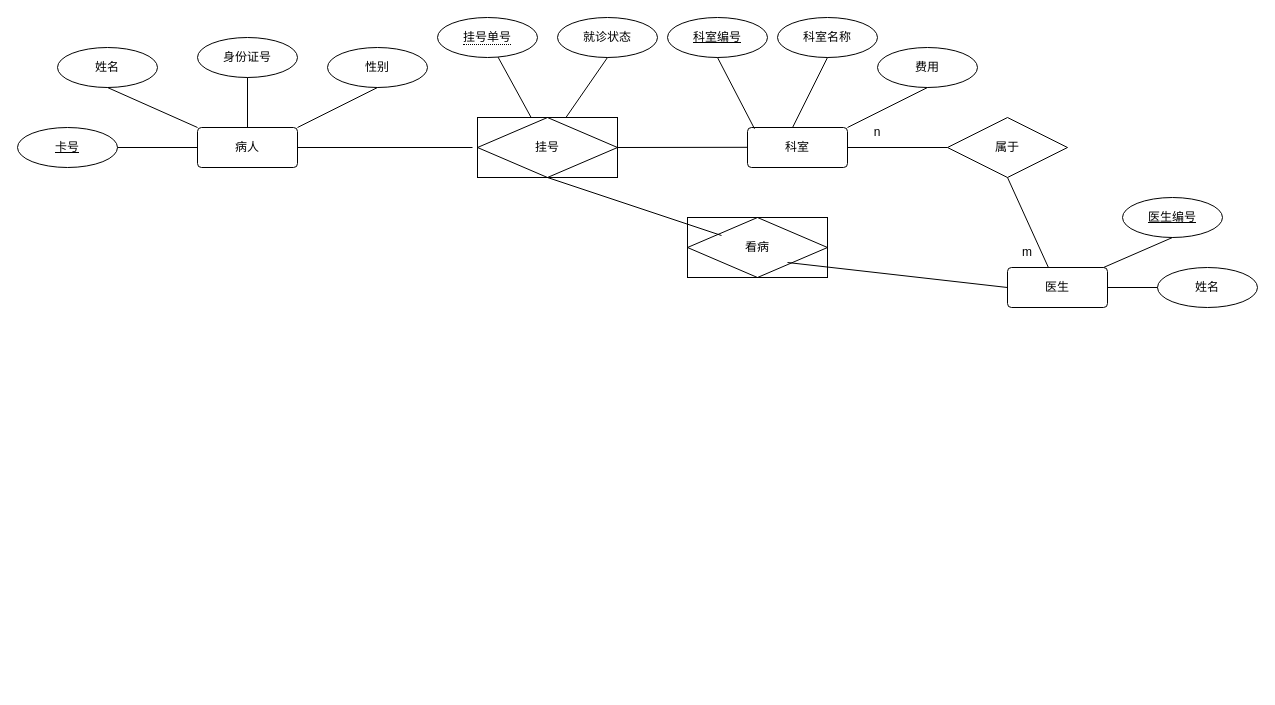
MyUniverse0726/Diagram keeps this draw.io diagram as Hospital.drawio. Above is the earlier version. Source tidied: cells renumbered, new cells numbered last; positions are measured from the earlier drawing's top-left corner, leaving out a move shared by most shapes. Both pictures are drawn from the tidied source at 100%, with x=0, y=0 at pixel (17, 17).
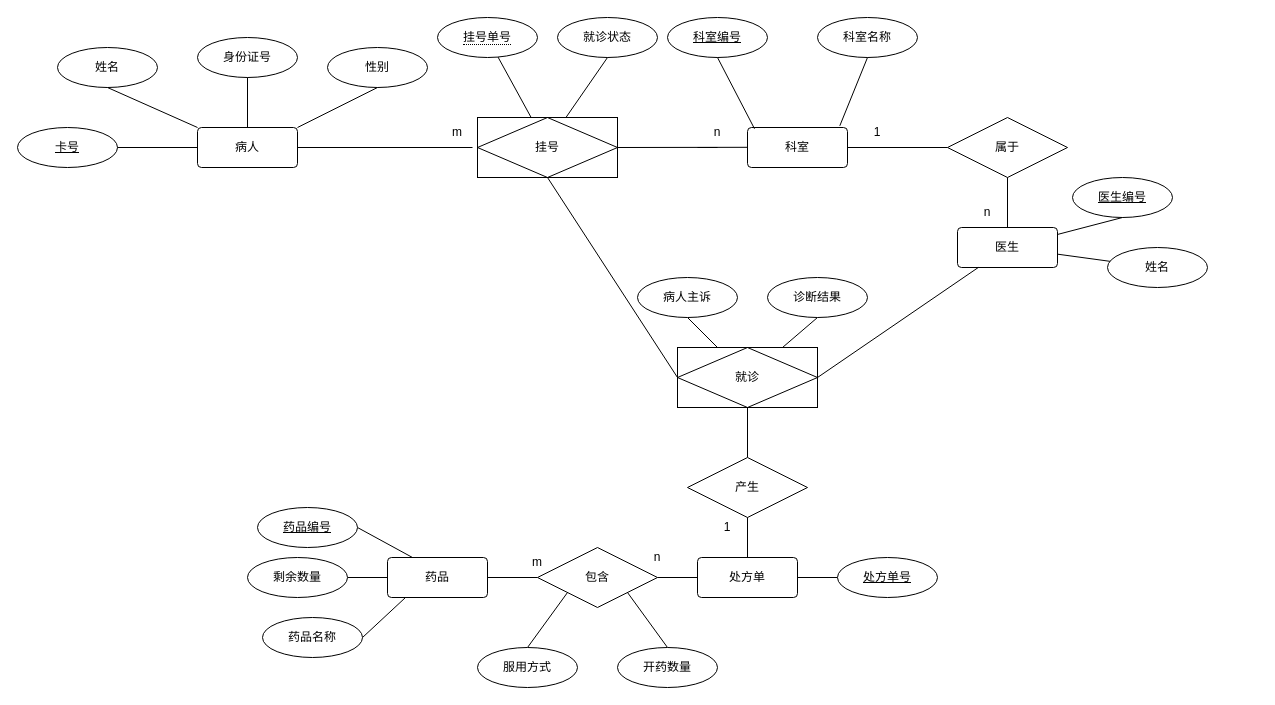
Above is the later version.

The change refers to these unchanged cells:
```xml
<mxCell id="5" value="科室" style="rounded=1;arcSize=10;whiteSpace=wrap;html=1;align=center;" parent="1" vertex="1">
  <mxGeometry x="730" y="110" width="100" height="40" as="geometry" />
</mxCell>
<mxCell id="25" value="属于" style="shape=rhombus;perimeter=rhombusPerimeter;whiteSpace=wrap;html=1;align=center;dashed=0;labelBackgroundColor=#ffffff;strokeWidth=1;fillColor=none;" parent="1" vertex="1">
  <mxGeometry x="930" y="100" width="120" height="60" as="geometry" />
</mxCell>
<mxCell id="31" value="挂号" style="shape=associativeEntity;whiteSpace=wrap;html=1;align=center;dashed=0;labelBackgroundColor=#ffffff;strokeWidth=1;fillColor=none;" parent="1" vertex="1">
  <mxGeometry x="460" y="100" width="140" height="60" as="geometry" />
</mxCell>
```

The edit, as a diff of the source:
```diff
@@
-    <mxCell id="16" style="edgeStyle=none;rounded=0;jettySize=auto;html=1;exitX=0.5;exitY=1;exitDx=0;exitDy=0;entryX=0.453;entryY=-0.011;entryDx=0;entryDy=0;entryPerimeter=0;endArrow=none;" parent="1" edge="1" source="17" target="5">
+    <mxCell id="16" style="edgeStyle=none;rounded=0;jettySize=auto;html=1;exitX=0.5;exitY=1;exitDx=0;exitDy=0;entryX=0.923;entryY=-0.042;entryDx=0;entryDy=0;endArrow=none;entryPerimeter=0;" parent="1" edge="1" source="17" target="5">
       <mxGeometry relative="1" as="geometry" />
     </mxCell>
     <mxCell id="17" value="科室名称" style="ellipse;whiteSpace=wrap;html=1;align=center;dashed=0;labelBackgroundColor=#ffffff;strokeWidth=1;fillColor=none;" parent="1" vertex="1">
-      <mxGeometry x="760" width="100" height="40" as="geometry" />
+      <mxGeometry x="800" width="100" height="40" as="geometry" />
     </mxCell>
     <mxCell id="18" value="医生" style="rounded=1;arcSize=10;whiteSpace=wrap;html=1;align=center;dashed=0;labelBackgroundColor=#ffffff;strokeWidth=1;fillColor=none;" parent="1" vertex="1">
-      <mxGeometry x="990" y="250" width="100" height="40" as="geometry" />
+      <mxGeometry x="940" y="210" width="100" height="40" as="geometry" />
     </mxCell>
@@
     <mxCell id="20" value="医生编号" style="ellipse;whiteSpace=wrap;html=1;align=center;fontStyle=4;dashed=0;labelBackgroundColor=#ffffff;strokeWidth=1;fillColor=none;" parent="1" vertex="1">
-      <mxGeometry x="1105" y="180" width="100" height="40" as="geometry" />
+      <mxGeometry x="1055" y="160" width="100" height="40" as="geometry" />
     </mxCell>
@@
     <mxCell id="22" value="姓名" style="ellipse;whiteSpace=wrap;html=1;align=center;dashed=0;labelBackgroundColor=#ffffff;strokeWidth=1;fillColor=none;" parent="1" vertex="1">
-      <mxGeometry x="1140" y="250" width="100" height="40" as="geometry" />
+      <mxGeometry x="1090" y="230" width="100" height="40" as="geometry" />
     </mxCell>
@@
-    <mxCell id="24" style="edgeStyle=none;rounded=0;jettySize=auto;html=1;endArrow=none;exitX=0.5;exitY=1;exitDx=0;exitDy=0;" parent="1" edge="1" source="25" target="18">
+    <mxCell id="24" style="edgeStyle=none;rounded=0;jettySize=auto;html=1;exitX=0.5;exitY=1;exitDx=0;exitDy=0;endArrow=none;" parent="1" edge="1" source="25" target="18">
       <mxGeometry relative="1" as="geometry" />
     </mxCell>
@@
-    <mxCell id="26" value="n" style="text;html=1;strokeColor=none;fillColor=none;align=center;verticalAlign=middle;whiteSpace=wrap;rounded=0;dashed=0;labelBackgroundColor=#ffffff;" parent="1" vertex="1">
+    <mxCell id="26" value="1" style="text;html=1;strokeColor=none;fillColor=none;align=center;verticalAlign=middle;whiteSpace=wrap;rounded=0;dashed=0;labelBackgroundColor=#ffffff;" parent="1" vertex="1">
       <mxGeometry x="830" y="100" width="60" height="30" as="geometry" />
     </mxCell>
-    <mxCell id="27" value="m" style="text;html=1;strokeColor=none;fillColor=none;align=center;verticalAlign=middle;whiteSpace=wrap;rounded=0;dashed=0;labelBackgroundColor=#ffffff;" parent="1" vertex="1">
-      <mxGeometry x="980" y="220" width="60" height="30" as="geometry" />
+    <mxCell id="27" value="n" style="text;html=1;strokeColor=none;fillColor=none;align=center;verticalAlign=middle;whiteSpace=wrap;rounded=0;dashed=0;labelBackgroundColor=#ffffff;" parent="1" vertex="1">
+      <mxGeometry x="940" y="180" width="60" height="30" as="geometry" />
     </mxCell>
@@
-    <mxCell id="30" style="edgeStyle=none;rounded=0;jettySize=auto;html=1;exitX=0.5;exitY=1;exitDx=0;exitDy=0;endArrow=none;" parent="1" edge="1" source="31">
-      <mxGeometry relative="1" as="geometry">
-        <mxPoint x="704" y="218" as="targetPoint" />
-      </mxGeometry>
-    </mxCell>
@@
-    <mxCell id="34" style="edgeStyle=none;rounded=0;jettySize=auto;html=1;exitX=0.5;exitY=1;exitDx=0;exitDy=0;entryX=1;entryY=0;entryDx=0;entryDy=0;endArrow=none;" parent="1" edge="1" source="35" target="5">
-      <mxGeometry relative="1" as="geometry" />
-    </mxCell>
-    <mxCell id="35" value="费用" style="ellipse;whiteSpace=wrap;html=1;align=center;dashed=0;labelBackgroundColor=#ffffff;strokeWidth=1;fillColor=none;" parent="1" vertex="1">
-      <mxGeometry x="860" y="30" width="100" height="40" as="geometry" />
-    </mxCell>
-    <mxCell id="36" style="edgeStyle=none;rounded=0;jettySize=auto;html=1;exitX=1;exitY=1;exitDx=0;exitDy=0;entryX=0;entryY=0.5;entryDx=0;entryDy=0;endArrow=none;" parent="1" edge="1" target="18">
-      <mxGeometry relative="1" as="geometry">
-        <mxPoint x="770" y="245" as="sourcePoint" />
-      </mxGeometry>
-    </mxCell>
+    <mxCell id="38" style="edgeStyle=none;rounded=0;jettySize=auto;html=1;exitX=1;exitY=0.5;exitDx=0;exitDy=0;endArrow=none;" parent="1" edge="1" source="37" target="18">
+      <mxGeometry relative="1" as="geometry" />
+    </mxCell>
+    <mxCell id="39" style="edgeStyle=none;rounded=0;jettySize=auto;html=1;exitX=0;exitY=0.5;exitDx=0;exitDy=0;endArrow=none;entryX=0.5;entryY=1;entryDx=0;entryDy=0;" parent="1" edge="1" source="37" target="31">
+      <mxGeometry relative="1" as="geometry" />
+    </mxCell>
-    <mxCell id="37" value="看病" style="shape=associativeEntity;whiteSpace=wrap;html=1;align=center;dashed=0;labelBackgroundColor=#ffffff;strokeWidth=1;fillColor=none;" parent="1" vertex="1">
-      <mxGeometry x="670" y="200" width="140" height="60" as="geometry" />
+    <mxCell id="37" value="就诊" style="shape=associativeEntity;whiteSpace=wrap;html=1;align=center;dashed=0;labelBackgroundColor=#ffffff;strokeWidth=1;fillColor=none;" parent="1" vertex="1">
+      <mxGeometry x="660" y="330" width="140" height="60" as="geometry" />
     </mxCell>
+    <mxCell id="40" style="edgeStyle=none;rounded=0;jettySize=auto;html=1;endArrow=none;" parent="1" edge="1" target="37">
+      <mxGeometry relative="1" as="geometry">
+        <mxPoint x="730" y="440" as="sourcePoint" />
+      </mxGeometry>
+    </mxCell>
+    <mxCell id="41" value="产生" style="shape=rhombus;perimeter=rhombusPerimeter;whiteSpace=wrap;html=1;align=center;" parent="1" vertex="1">
+      <mxGeometry x="670" y="440" width="120" height="60" as="geometry" />
+    </mxCell>
+    <mxCell id="42" style="edgeStyle=none;rounded=0;jettySize=auto;html=1;endArrow=none;" parent="1" edge="1" source="44" target="41">
+      <mxGeometry relative="1" as="geometry" />
+    </mxCell>
+    <mxCell id="43" style="edgeStyle=none;rounded=0;jettySize=auto;html=1;endArrow=none;" parent="1" edge="1" source="44" target="53">
+      <mxGeometry relative="1" as="geometry" />
+    </mxCell>
+    <mxCell id="44" value="处方单" style="rounded=1;arcSize=10;whiteSpace=wrap;html=1;align=center;" parent="1" vertex="1">
+      <mxGeometry x="680" y="540" width="100" height="40" as="geometry" />
+    </mxCell>
+    <mxCell id="45" style="edgeStyle=none;rounded=0;jettySize=auto;html=1;endArrow=none;" parent="1" edge="1" source="46" target="44">
+      <mxGeometry relative="1" as="geometry" />
+    </mxCell>
+    <mxCell id="46" value="处方单号" style="ellipse;whiteSpace=wrap;html=1;align=center;fontStyle=4;" parent="1" vertex="1">
+      <mxGeometry x="820" y="540" width="100" height="40" as="geometry" />
+    </mxCell>
+    <mxCell id="47" style="edgeStyle=none;rounded=0;jettySize=auto;html=1;exitX=0.5;exitY=1;exitDx=0;exitDy=0;endArrow=none;" parent="1" edge="1" source="48" target="37">
+      <mxGeometry relative="1" as="geometry" />
+    </mxCell>
+    <mxCell id="48" value="诊断结果" style="ellipse;whiteSpace=wrap;html=1;align=center;" parent="1" vertex="1">
+      <mxGeometry x="750" y="260" width="100" height="40" as="geometry" />
+    </mxCell>
+    <mxCell id="49" style="edgeStyle=none;rounded=0;jettySize=auto;html=1;exitX=0.5;exitY=1;exitDx=0;exitDy=0;endArrow=none;" parent="1" edge="1" source="50" target="37">
+      <mxGeometry relative="1" as="geometry" />
+    </mxCell>
+    <mxCell id="50" value="病人主诉" style="ellipse;whiteSpace=wrap;html=1;align=center;" parent="1" vertex="1">
+      <mxGeometry x="620" y="260" width="100" height="40" as="geometry" />
+    </mxCell>
+    <mxCell id="51" style="edgeStyle=none;rounded=0;jettySize=auto;html=1;endArrow=none;" parent="1" edge="1" source="52" target="53">
+      <mxGeometry relative="1" as="geometry" />
+    </mxCell>
+    <mxCell id="52" value="药品" style="rounded=1;arcSize=10;whiteSpace=wrap;html=1;align=center;" parent="1" vertex="1">
+      <mxGeometry x="370" y="540" width="100" height="40" as="geometry" />
+    </mxCell>
+    <mxCell id="53" value="包含" style="shape=rhombus;perimeter=rhombusPerimeter;whiteSpace=wrap;html=1;align=center;" parent="1" vertex="1">
+      <mxGeometry x="520" y="530" width="120" height="60" as="geometry" />
+    </mxCell>
+    <mxCell id="54" style="edgeStyle=none;rounded=0;jettySize=auto;html=1;exitX=1;exitY=0.5;exitDx=0;exitDy=0;entryX=0.25;entryY=0;entryDx=0;entryDy=0;endArrow=none;" parent="1" edge="1" source="55" target="52">
+      <mxGeometry relative="1" as="geometry" />
+    </mxCell>
+    <mxCell id="55" value="药品编号" style="ellipse;whiteSpace=wrap;html=1;align=center;fontStyle=4;" parent="1" vertex="1">
+      <mxGeometry x="240" y="490" width="100" height="40" as="geometry" />
+    </mxCell>
+    <mxCell id="56" style="edgeStyle=none;rounded=0;jettySize=auto;html=1;exitX=1;exitY=0.5;exitDx=0;exitDy=0;entryX=0;entryY=0.5;entryDx=0;entryDy=0;endArrow=none;" parent="1" edge="1" source="57" target="52">
+      <mxGeometry relative="1" as="geometry" />
+    </mxCell>
+    <mxCell id="57" value="剩余数量" style="ellipse;whiteSpace=wrap;html=1;align=center;" parent="1" vertex="1">
+      <mxGeometry x="230" y="540" width="100" height="40" as="geometry" />
+    </mxCell>
+    <mxCell id="58" style="edgeStyle=none;rounded=0;jettySize=auto;html=1;exitX=0.5;exitY=0;exitDx=0;exitDy=0;entryX=0;entryY=1;entryDx=0;entryDy=0;endArrow=none;" parent="1" edge="1" source="59" target="53">
+      <mxGeometry relative="1" as="geometry" />
+    </mxCell>
+    <mxCell id="59" value="服用方式" style="ellipse;whiteSpace=wrap;html=1;align=center;" parent="1" vertex="1">
+      <mxGeometry x="460" y="630" width="100" height="40" as="geometry" />
+    </mxCell>
+    <mxCell id="60" style="edgeStyle=none;rounded=0;jettySize=auto;html=1;exitX=0.5;exitY=0;exitDx=0;exitDy=0;entryX=1;entryY=1;entryDx=0;entryDy=0;endArrow=none;" parent="1" edge="1" source="61" target="53">
+      <mxGeometry relative="1" as="geometry" />
+    </mxCell>
+    <mxCell id="61" value="开药数量" style="ellipse;whiteSpace=wrap;html=1;align=center;" parent="1" vertex="1">
+      <mxGeometry x="600" y="630" width="100" height="40" as="geometry" />
+    </mxCell>
+    <mxCell id="62" value="m" style="text;html=1;strokeColor=none;fillColor=none;align=center;verticalAlign=middle;whiteSpace=wrap;rounded=0;dashed=0;labelBackgroundColor=#ffffff;" parent="1" vertex="1">
+      <mxGeometry x="410" y="100" width="60" height="30" as="geometry" />
+    </mxCell>
+    <mxCell id="63" style="edgeStyle=none;rounded=0;jettySize=auto;html=1;exitX=0.5;exitY=1;exitDx=0;exitDy=0;endArrow=none;" parent="1" edge="1" source="64">
+      <mxGeometry relative="1" as="geometry">
+        <mxPoint x="680" y="130" as="targetPoint" />
+      </mxGeometry>
+    </mxCell>
+    <mxCell id="64" value="n" style="text;html=1;strokeColor=none;fillColor=none;align=center;verticalAlign=middle;whiteSpace=wrap;rounded=0;dashed=0;labelBackgroundColor=#ffffff;" parent="1" vertex="1">
+      <mxGeometry x="670" y="100" width="60" height="30" as="geometry" />
+    </mxCell>
+    <mxCell id="65" value="1" style="text;html=1;strokeColor=none;fillColor=none;align=center;verticalAlign=middle;whiteSpace=wrap;rounded=0;dashed=0;labelBackgroundColor=#ffffff;" parent="1" vertex="1">
+      <mxGeometry x="680" y="495" width="60" height="30" as="geometry" />
+    </mxCell>
+    <mxCell id="66" value="m" style="text;html=1;strokeColor=none;fillColor=none;align=center;verticalAlign=middle;whiteSpace=wrap;rounded=0;dashed=0;labelBackgroundColor=#ffffff;" parent="1" vertex="1">
+      <mxGeometry x="490" y="530" width="60" height="30" as="geometry" />
+    </mxCell>
+    <mxCell id="67" value="n" style="text;html=1;strokeColor=none;fillColor=none;align=center;verticalAlign=middle;whiteSpace=wrap;rounded=0;dashed=0;labelBackgroundColor=#ffffff;" parent="1" vertex="1">
+      <mxGeometry x="610" y="525" width="60" height="30" as="geometry" />
+    </mxCell>
+    <mxCell id="68" style="edgeStyle=none;rounded=0;jettySize=auto;html=1;exitX=1;exitY=0.5;exitDx=0;exitDy=0;endArrow=none;" parent="1" edge="1" source="69">
+      <mxGeometry relative="1" as="geometry">
+        <mxPoint x="388" y="580" as="targetPoint" />
+      </mxGeometry>
+    </mxCell>
+    <mxCell id="69" value="药品名称" style="ellipse;whiteSpace=wrap;html=1;align=center;" parent="1" vertex="1">
+      <mxGeometry x="245" y="600" width="100" height="40" as="geometry" />
+    </mxCell>
```
